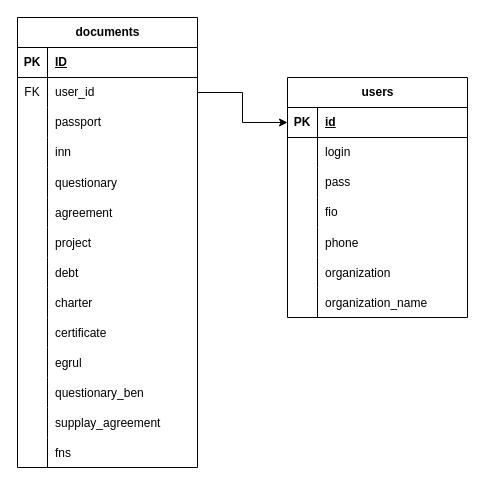
Above: Диаграмма без названия.drawio in EvgenyMaksimov00700/b2bplatform (draw.io), before the change. Source tidied: cells renumbered, new cells numbered last; positions are measured from the earlier drawing's top-left corner, leaving out a move shared by most shapes. Both pictures are drawn from the tidied source at 100%, with x=0, y=0 at pixel (17, 17).
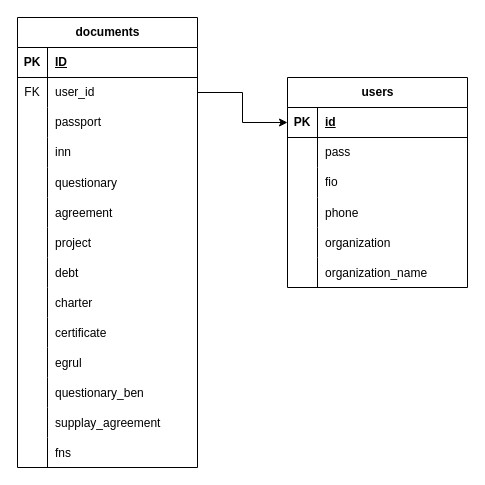
The same diagram, later.

Commit message:
b2b crypto table

The edit, as a diff of the source:
```diff
@@
     <mxCell id="2" value="users" style="shape=table;startSize=30;childLayout=tableLayout;rowLines=0;fontStyle=1;align=center;html=1;" parent="1" vertex="1">
-      <mxGeometry x="270" y="60" width="180" height="240" as="geometry" />
+      <mxGeometry x="270" y="60" width="180" height="210" as="geometry" />
     </mxCell>
@@
-    <mxCell id="6" style="shape=tableRow;horizontal=0;startSize=0;swimlaneHead=0;swimlaneBody=0;fillColor=none;top=0;left=0;right=0;bottom=0;" parent="2" vertex="1">
-      <mxGeometry y="60" width="180" height="30" as="geometry" />
-    </mxCell>
-    <mxCell id="7" style="shape=partialRectangle;fillColor=none;top=0;left=0;bottom=0;right=0;overflow=hidden;whiteSpace=wrap;html=1;" parent="6" vertex="1">
-      <mxGeometry width="30" height="30" as="geometry" />
-    </mxCell>
-    <mxCell id="8" value="login" style="shape=partialRectangle;fillColor=none;top=0;left=0;bottom=0;right=0;align=left;spacingLeft=6;overflow=hidden;whiteSpace=wrap;html=1;" parent="6" vertex="1">
-      <mxGeometry x="30" width="150" height="30" as="geometry" />
-    </mxCell>
     <mxCell id="9" style="shape=tableRow;horizontal=0;startSize=0;swimlaneHead=0;swimlaneBody=0;fillColor=none;top=0;left=0;right=0;bottom=0;" parent="2" vertex="1">
-      <mxGeometry y="90" width="180" height="30" as="geometry" />
+      <mxGeometry y="60" width="180" height="30" as="geometry" />
     </mxCell>
@@
     <mxCell id="12" style="shape=tableRow;horizontal=0;startSize=0;swimlaneHead=0;swimlaneBody=0;fillColor=none;top=0;left=0;right=0;bottom=0;" parent="2" vertex="1">
-      <mxGeometry y="120" width="180" height="30" as="geometry" />
+      <mxGeometry y="90" width="180" height="30" as="geometry" />
     </mxCell>
@@
     <mxCell id="15" style="shape=tableRow;horizontal=0;startSize=0;swimlaneHead=0;swimlaneBody=0;fillColor=none;top=0;left=0;right=0;bottom=0;" parent="2" vertex="1">
-      <mxGeometry y="150" width="180" height="30" as="geometry" />
+      <mxGeometry y="120" width="180" height="30" as="geometry" />
     </mxCell>
@@
     <mxCell id="18" style="shape=tableRow;horizontal=0;startSize=0;swimlaneHead=0;swimlaneBody=0;fillColor=none;top=0;left=0;right=0;bottom=0;" parent="2" vertex="1">
-      <mxGeometry y="180" width="180" height="30" as="geometry" />
+      <mxGeometry y="150" width="180" height="30" as="geometry" />
     </mxCell>
@@
     <mxCell id="21" style="shape=tableRow;horizontal=0;startSize=0;swimlaneHead=0;swimlaneBody=0;fillColor=none;top=0;left=0;right=0;bottom=0;" parent="2" vertex="1">
-      <mxGeometry y="210" width="180" height="30" as="geometry" />
+      <mxGeometry y="180" width="180" height="30" as="geometry" />
     </mxCell>
```
